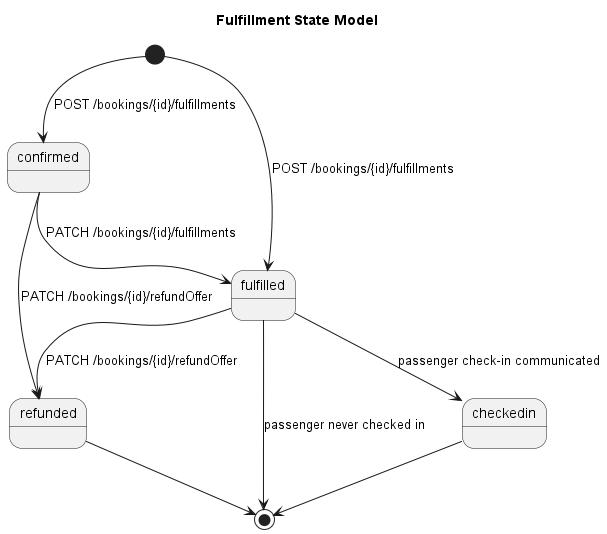
This is images/models/fulfillment-state-model.png from UnionInternationalCheminsdeFer/OSDM, a PlantUML export, as it was before one commit. Source of this version:
```plantuml
@startuml
title "Fulfillment State Model"
[*] --> confirmed: POST /bookings/{id}/fulfillments
[*] --> fulfilled: POST /bookings/{id}/fulfillments
confirmed --> fulfilled: PATCH /bookings/{id}/fulfillments
fulfilled --> checkedin: passenger check-in communicated
confirmed --> refunded: PATCH /bookings/{id}/refundOffer
fulfilled --> refunded: PATCH /bookings/{id}/refundOffer
checkedin --> [*]
fulfilled --> [*]: passenger never checked in
refunded --> [*]
@enduml
```
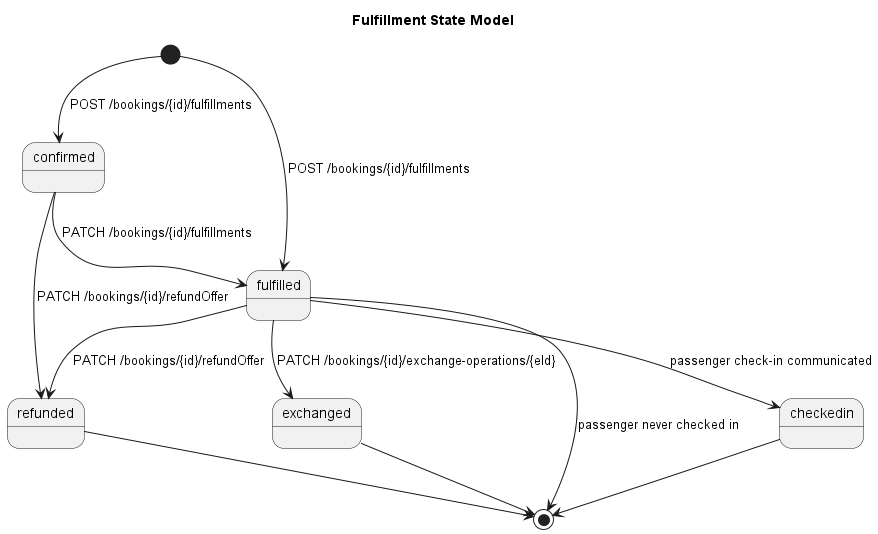
Later version of the same file.

Commit message:
update fulfillment state diagram

Change to the diagram source:
```diff
@@ -6,7 +6,9 @@
 fulfilled --> checkedin: passenger check-in communicated
 confirmed --> refunded: PATCH /bookings/{id}/refundOffer
 fulfilled --> refunded: PATCH /bookings/{id}/refundOffer
+fulfilled --> exchanged: PATCH /bookings/{id}/exchange-operations/{eId}
+fulfilled --> [*]: passenger never checked in
 checkedin --> [*]
-fulfilled --> [*]: passenger never checked in
 refunded --> [*]
+exchanged --> [*]
 @enduml
```
